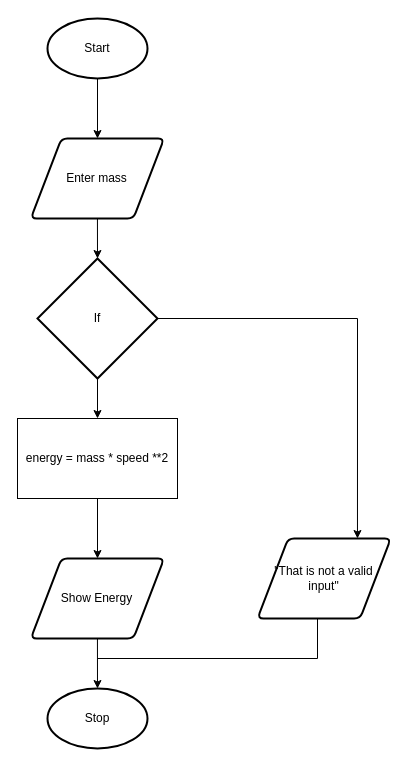
This is drawio/flowchart.drawio from noah-mccaskill/ics4u-unit1-02-typescript, a draw.io file, before an edit. Source tidied: cells renumbered, new cells numbered last; positions are measured from the earlier drawing's top-left corner, leaving out a move shared by most shapes. Both pictures are drawn from the tidied source at 100%, with x=0, y=0 at pixel (17, 18).
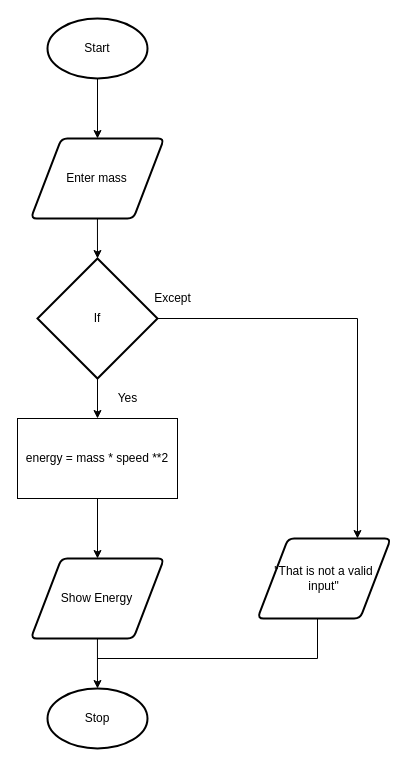
The same diagram, later.

Diff of the diagram source:
```diff
@@
+    <mxCell id="18" value="Except" style="text;html=1;align=center;verticalAlign=middle;strokeColor=none;fillColor=none;" parent="1" vertex="1">
+      <mxGeometry x="130" y="270" width="50" height="20" as="geometry" />
+    </mxCell>
+    <mxCell id="19" value="Yes" style="text;html=1;align=center;verticalAlign=middle;strokeColor=none;fillColor=none;" parent="1" vertex="1">
+      <mxGeometry x="90" y="370" width="40" height="20" as="geometry" />
+    </mxCell>
```
